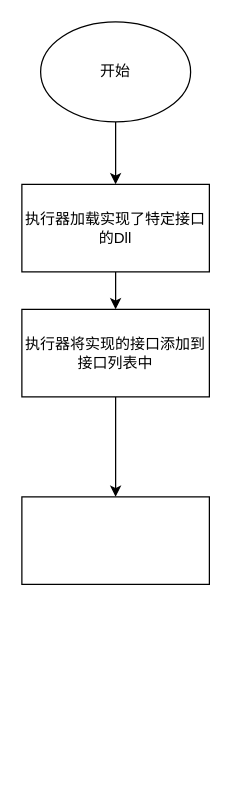
This is page "方案1执行流程图" (2 of 2) of 服务架构类图.drawio from xuetianying/workingGit, a draw.io file, before an edit. Source tidied: cells renumbered, new cells numbered last; positions are measured from the earlier drawing's top-left corner, leaving out a move shared by most shapes. Both pictures are drawn from the tidied source at 125%, with x=0, y=0 at pixel (21, 21).
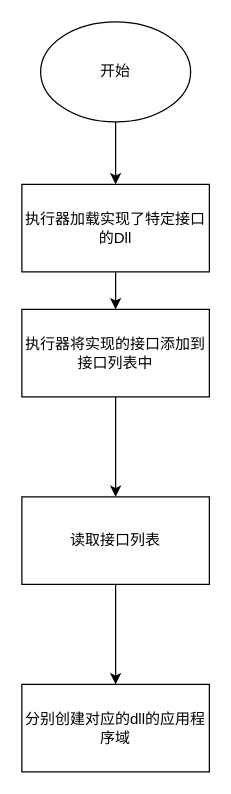
Above is the later version.

Diff of the diagram source:
```diff
@@
 <mxGraphModel>
   <root>
     <mxCell id="0" />
     <mxCell id="1" parent="0" />
     <mxCell id="2" style="edgeStyle=orthogonalEdgeStyle;rounded=0;jettySize=auto;html=1;entryX=0.5;entryY=0;entryDx=0;entryDy=0;" parent="1" edge="1" source="3" target="5">
       <mxGeometry relative="1" as="geometry" />
     </mxCell>
     <mxCell id="3" value="开始" style="ellipse;whiteSpace=wrap;html=1;" parent="1" vertex="1">
       <mxGeometry x="15" width="120" height="80" as="geometry" />
     </mxCell>
     <mxCell id="4" style="edgeStyle=orthogonalEdgeStyle;rounded=0;jettySize=auto;html=1;exitX=0.5;exitY=1;exitDx=0;exitDy=0;entryX=0.5;entryY=0;entryDx=0;entryDy=0;" parent="1" edge="1" source="5" target="7">
       <mxGeometry relative="1" as="geometry" />
     </mxCell>
     <mxCell id="5" value="执行器加载实现了特定接口的Dll" style="rounded=0;whiteSpace=wrap;html=1;" parent="1" vertex="1">
       <mxGeometry y="130" width="150" height="70" as="geometry" />
     </mxCell>
     <mxCell id="6" style="edgeStyle=orthogonalEdgeStyle;rounded=0;jettySize=auto;html=1;" parent="1" edge="1" source="7" target="8">
       <mxGeometry relative="1" as="geometry" />
     </mxCell>
     <mxCell id="7" value="执行器将实现的接口添加到接口列表中" style="rounded=0;whiteSpace=wrap;html=1;" parent="1" vertex="1">
       <mxGeometry y="230" width="150" height="70" as="geometry" />
     </mxCell>
+    <mxCell id="9" style="edgeStyle=orthogonalEdgeStyle;rounded=0;jettySize=auto;html=1;" parent="1" edge="1" source="8" target="10">
+      <mxGeometry relative="1" as="geometry" />
+    </mxCell>
-    <mxCell id="8" style="rounded=0;whiteSpace=wrap;html=1;" parent="1" vertex="1">
+    <mxCell id="8" value="读取接口列表" style="rounded=0;whiteSpace=wrap;html=1;" parent="1" vertex="1">
       <mxGeometry y="380" width="150" height="70" as="geometry" />
     </mxCell>
+    <mxCell id="10" value="分别创建对应的dll的应用程序域" style="rounded=0;whiteSpace=wrap;html=1;" parent="1" vertex="1">
+      <mxGeometry y="530" width="150" height="70" as="geometry" />
+    </mxCell>
   </root>
 </mxGraphModel>
```
